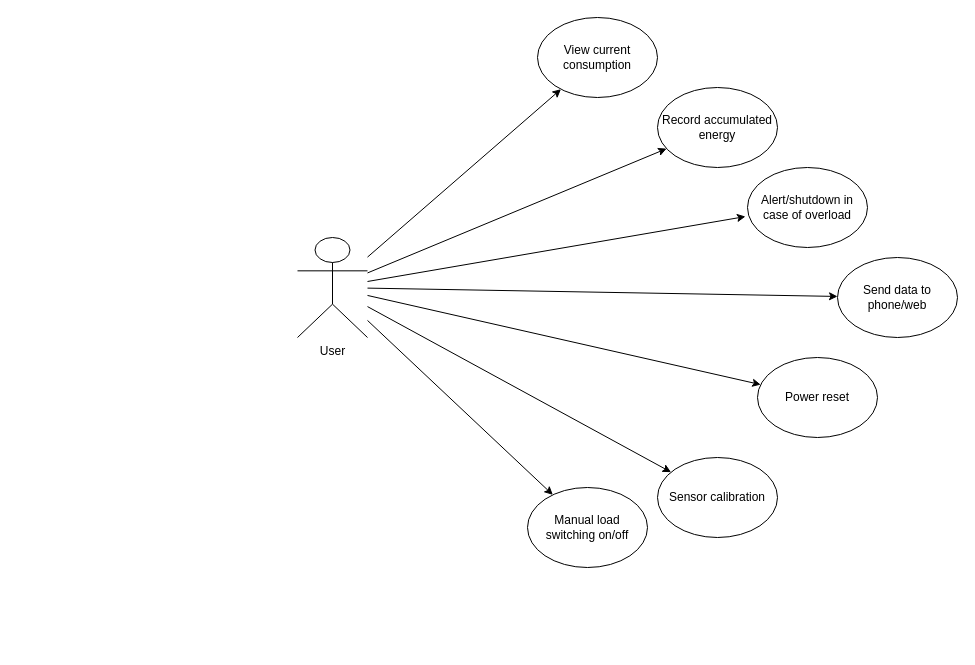
Before: Design/ProjectUMLDigrams/UsecaseDigram/UsecaseDigram.drawio in Gestell-Solution/Smart_Energy_Management_System, a draw.io diagram. Source tidied: cells renumbered, new cells numbered last; positions are measured from the earlier drawing's top-left corner, leaving out a move shared by most shapes. Both pictures are drawn from the tidied source at 100%, with x=0, y=0 at pixel (297, 17).
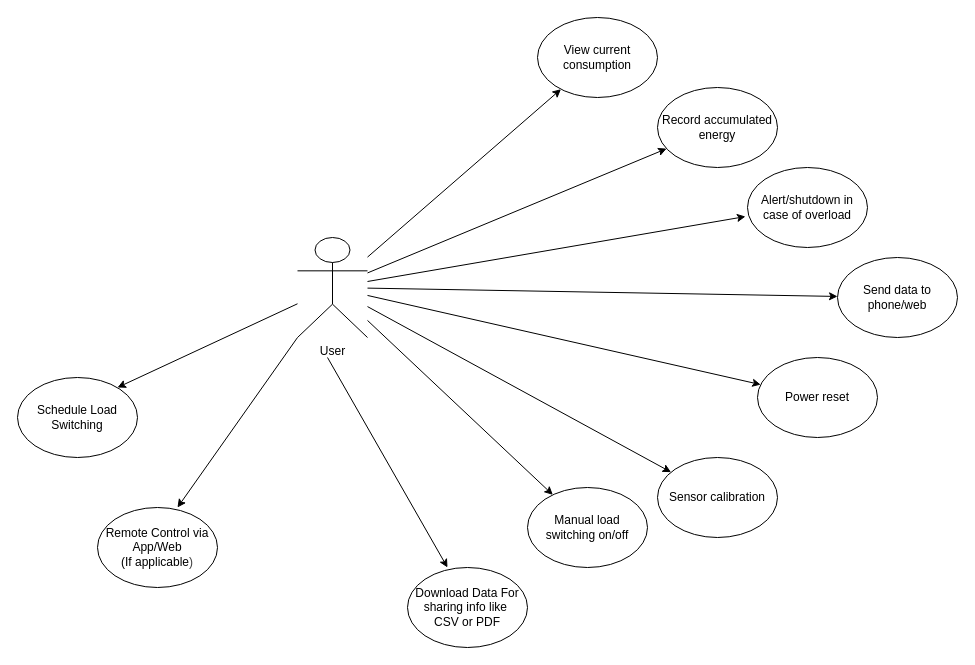
Above is the later version.

Commit message:
[UseCaseDiagrams] [-adding some features to the Use case digarams may be applicable] [UseCaseDiagrams]   #61

Unchanged cells that the change refers to:
```xml
<mxCell id="8" value="User&lt;div&gt;&lt;br&gt;&lt;/div&gt;" style="shape=umlActor;verticalLabelPosition=bottom;verticalAlign=top;html=1;outlineConnect=0;" parent="1" vertex="1">
  <mxGeometry y="220" width="70" height="100" as="geometry" />
</mxCell>
```

Diff of the diagram source:
```diff
@@
+    <mxCell id="17" style="edgeStyle=none;html=1;exitX=0;exitY=1;exitDx=0;exitDy=0;exitPerimeter=0;" parent="1" edge="1" source="8">
+      <mxGeometry relative="1" as="geometry">
+        <mxPoint x="-120" y="490" as="targetPoint" />
+      </mxGeometry>
+    </mxCell>
+    <mxCell id="18" style="edgeStyle=none;html=1;" parent="1" edge="1" source="8">
+      <mxGeometry relative="1" as="geometry">
+        <mxPoint x="-180" y="370" as="targetPoint" />
+      </mxGeometry>
+    </mxCell>
@@
+    <mxCell id="19" style="edgeStyle=none;html=1;" parent="1" edge="1">
+      <mxGeometry relative="1" as="geometry">
+        <mxPoint x="30" y="340" as="sourcePoint" />
+        <mxPoint x="150" y="550" as="targetPoint" />
+      </mxGeometry>
+    </mxCell>
+    <mxCell id="20" value="Download Data For&lt;br&gt;sharing info like&amp;nbsp;&lt;br&gt;CSV or PDF" style="ellipse;whiteSpace=wrap;html=1;" parent="1" vertex="1">
+      <mxGeometry x="110" y="550" width="120" height="80" as="geometry" />
+    </mxCell>
+    <mxCell id="21" value="Remote Control via App/Web&lt;br&gt;(If applicable&lt;span style=&quot;color: rgb(63, 63, 63); background-color: transparent;&quot;&gt;)&lt;/span&gt;" style="ellipse;whiteSpace=wrap;html=1;" parent="1" vertex="1">
+      <mxGeometry x="-200" y="490" width="120" height="80" as="geometry" />
+    </mxCell>
+    <mxCell id="22" value="Schedule Load Switching" style="ellipse;whiteSpace=wrap;html=1;" parent="1" vertex="1">
+      <mxGeometry x="-280" y="360" width="120" height="80" as="geometry" />
+    </mxCell>
```
